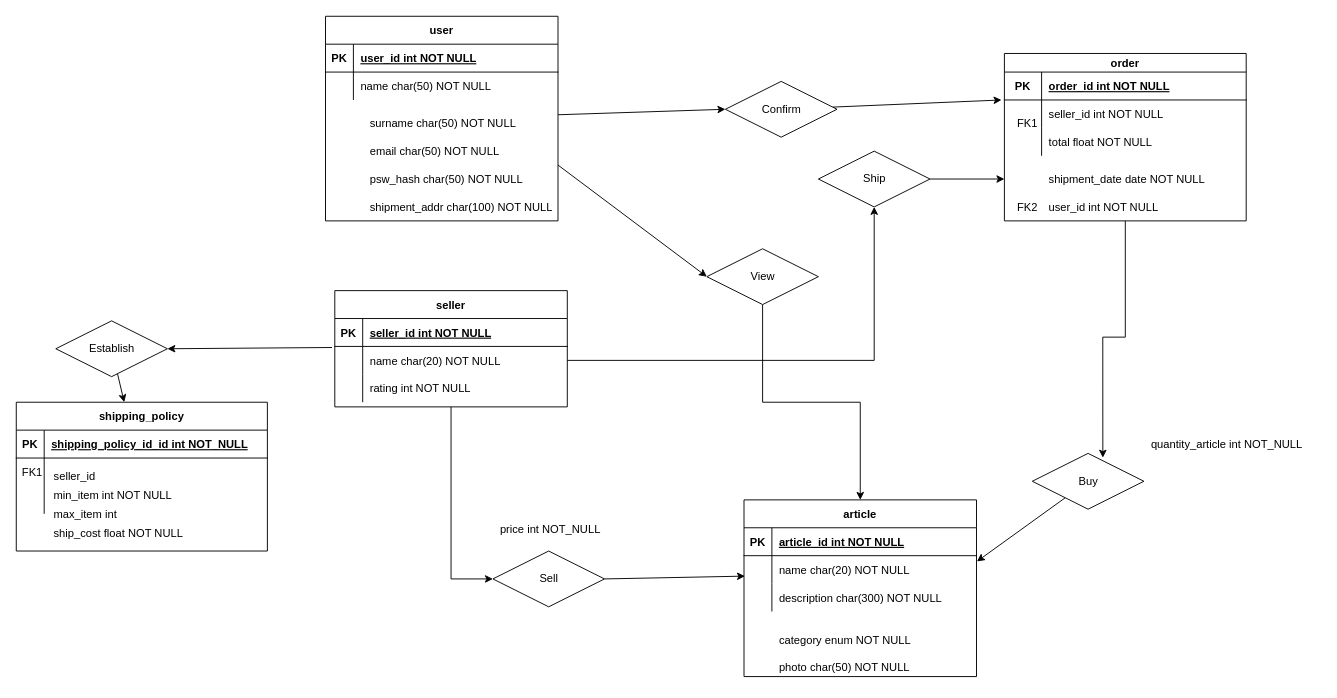
Earlier version of the draw.io diagram Untitled Diagram.drawio (fedy97/TIW_HTML-2020-2021). Source tidied: cells renumbered, new cells numbered last; positions are measured from the earlier drawing's top-left corner, leaving out a move shared by most shapes. Both pictures are drawn from the tidied source at 93%, with x=0, y=0 at pixel (16, 16).
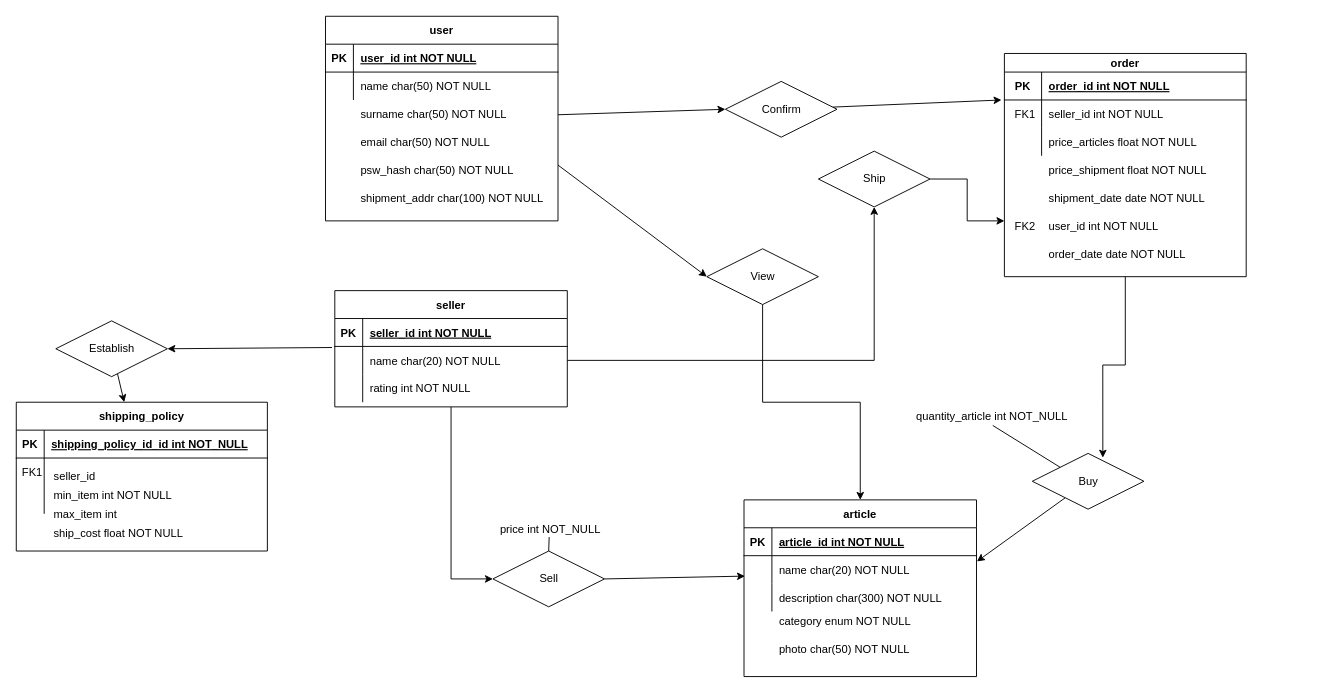
Above is the later version.

Unchanged cells that the change refers to:
```xml
<mxCell id="10" style="shape=partialRectangle;fillColor=none;top=0;left=0;right=0;bottom=0;" parent="3" vertex="1">
  <mxGeometry y="80" width="260" height="30" as="geometry" />
</mxCell>
<mxCell id="51" value="Buy" style="shape=rhombus;perimeter=rhombusPerimeter;whiteSpace=wrap;html=1;align=center;" parent="1" vertex="1">
  <mxGeometry x="1092.5" y="470" width="120" height="60" as="geometry" />
</mxCell>
<mxCell id="53" value="Sell" style="shape=rhombus;perimeter=rhombusPerimeter;whiteSpace=wrap;html=1;align=center;" parent="1" vertex="1">
  <mxGeometry x="512.5" y="575" width="120" height="60" as="geometry" />
</mxCell>
```

Diff of the diagram source:
```diff
@@
     <mxCell id="3" value="order" style="shape=table;startSize=20;childLayout=tableLayout;rowLines=0;fontStyle=1;align=center;" parent="1" vertex="1">
-      <mxGeometry x="1062.5" y="40" width="260" height="180" as="geometry" />
+      <mxGeometry x="1062.5" y="40" width="260" height="240" as="geometry" />
     </mxCell>
@@
-    <mxCell id="12" value="total float NOT NULL" style="shape=partialRectangle;overflow=hidden;fillColor=none;top=0;left=0;bottom=0;right=0;align=left;spacingLeft=6;" parent="10" vertex="1">
+    <mxCell id="12" value="price_articles float NOT NULL" style="shape=partialRectangle;overflow=hidden;fillColor=none;top=0;left=0;bottom=0;right=0;align=left;spacingLeft=6;" parent="10" vertex="1">
       <mxGeometry x="40" width="220" height="30" as="geometry" />
     </mxCell>
@@
     <mxCell id="31" value="category enum NOT NULL" style="shape=partialRectangle;overflow=hidden;fillColor=none;top=0;left=0;bottom=0;right=0;align=left;spacingLeft=6;" parent="1" vertex="1">
-      <mxGeometry x="812.5" y="655" width="220" height="30" as="geometry" />
+      <mxGeometry x="812.5" y="635" width="220" height="30" as="geometry" />
     </mxCell>
     <mxCell id="32" value="photo char(50) NOT NULL" style="shape=partialRectangle;overflow=hidden;fillColor=none;top=0;left=0;bottom=0;right=0;align=left;spacingLeft=6;" parent="1" vertex="1">
-      <mxGeometry x="812.5" y="685" width="220" height="30" as="geometry" />
+      <mxGeometry x="812.5" y="665" width="220" height="30" as="geometry" />
     </mxCell>
@@
     <mxCell id="44" value="surname char(50) NOT NULL" style="shape=partialRectangle;overflow=hidden;fillColor=none;top=0;left=0;bottom=0;right=0;align=left;spacingLeft=6;" parent="1" vertex="1">
-      <mxGeometry x="372.5" y="100" width="220" height="30" as="geometry" />
+      <mxGeometry x="362.5" y="90" width="220" height="30" as="geometry" />
     </mxCell>
     <mxCell id="45" value="email char(50) NOT NULL" style="shape=partialRectangle;overflow=hidden;fillColor=none;top=0;left=0;bottom=0;right=0;align=left;spacingLeft=6;" parent="1" vertex="1">
-      <mxGeometry x="372.5" y="130" width="220" height="30" as="geometry" />
+      <mxGeometry x="362.5" y="120" width="220" height="30" as="geometry" />
     </mxCell>
     <mxCell id="46" value="psw_hash char(50) NOT NULL" style="shape=partialRectangle;overflow=hidden;fillColor=none;top=0;left=0;bottom=0;right=0;align=left;spacingLeft=6;" parent="1" vertex="1">
-      <mxGeometry x="372.5" y="160" width="220" height="30" as="geometry" />
+      <mxGeometry x="362.5" y="150" width="220" height="30" as="geometry" />
     </mxCell>
     <mxCell id="47" value="shipment_addr char(100) NOT NULL" style="shape=partialRectangle;overflow=hidden;fillColor=none;top=0;left=0;bottom=0;right=0;align=left;spacingLeft=6;" parent="1" vertex="1">
-      <mxGeometry x="372.5" y="190" width="220" height="30" as="geometry" />
+      <mxGeometry x="362.5" y="180" width="220" height="30" as="geometry" />
     </mxCell>
     <mxCell id="48" value="shipment_date date NOT NULL" style="shape=partialRectangle;overflow=hidden;fillColor=none;top=0;left=0;bottom=0;right=0;align=left;spacingLeft=6;" parent="1" vertex="1">
-      <mxGeometry x="1102.5" y="160" width="220" height="30" as="geometry" />
+      <mxGeometry x="1102.5" y="180" width="220" height="30" as="geometry" />
     </mxCell>
     <mxCell id="49" value="FK1" style="shape=partialRectangle;overflow=hidden;fillColor=none;top=0;left=0;bottom=0;right=0;" parent="1" vertex="1">
-      <mxGeometry x="1072.5" y="100" width="30" height="30" as="geometry" />
+      <mxGeometry x="1070" y="90" width="30" height="30" as="geometry" />
     </mxCell>
@@
     <mxCell id="54" value="user_id int NOT NULL " style="shape=partialRectangle;overflow=hidden;fillColor=none;top=0;left=0;bottom=0;right=0;align=left;spacingLeft=6;fontStyle=0;" parent="1" vertex="1">
-      <mxGeometry x="1102.5" y="190" width="220" height="30" as="geometry" />
+      <mxGeometry x="1102.5" y="210" width="220" height="30" as="geometry" />
     </mxCell>
     <mxCell id="55" value="FK2" style="shape=partialRectangle;overflow=hidden;fillColor=none;top=0;left=0;bottom=0;right=0;" parent="1" vertex="1">
-      <mxGeometry x="1072.5" y="190" width="30" height="30" as="geometry" />
+      <mxGeometry x="1070" y="210" width="30" height="30" as="geometry" />
     </mxCell>
@@
     <mxCell id="59" value="quantity_article int NOT_NULL" style="shape=partialRectangle;fillColor=none;top=0;left=0;bottom=0;right=0;align=left;spacingLeft=6;overflow=hidden;" parent="1" vertex="1">
-      <mxGeometry x="1212.5" y="440" width="190" height="40" as="geometry" />
+      <mxGeometry x="960" y="410" width="190" height="40" as="geometry" />
     </mxCell>
@@
+    <mxCell id="84" value="order_date date NOT NULL" style="shape=partialRectangle;overflow=hidden;fillColor=none;top=0;left=0;bottom=0;right=0;align=left;spacingLeft=6;" parent="1" vertex="1">
+      <mxGeometry x="1102.5" y="240" width="220" height="30" as="geometry" />
+    </mxCell>
+    <mxCell id="85" value="price_shipment float NOT NULL" style="shape=partialRectangle;overflow=hidden;fillColor=none;top=0;left=0;bottom=0;right=0;align=left;spacingLeft=6;" parent="1" vertex="1">
+      <mxGeometry x="1102.5" y="150" width="220" height="30" as="geometry" />
+    </mxCell>
+    <mxCell id="86" style="endArrow=none;html=1;exitX=0.5;exitY=0;exitDx=0;exitDy=0;" parent="1" edge="1" source="53">
+      <mxGeometry relative="1" as="geometry">
+        <mxPoint x="573" y="560" as="targetPoint" />
+      </mxGeometry>
+    </mxCell>
+    <mxCell id="87" style="endArrow=none;html=1;entryX=0;entryY=0;entryDx=0;entryDy=0;" parent="1" edge="1" target="51">
+      <mxGeometry relative="1" as="geometry">
+        <mxPoint x="1050" y="440" as="sourcePoint" />
+      </mxGeometry>
+    </mxCell>
```
